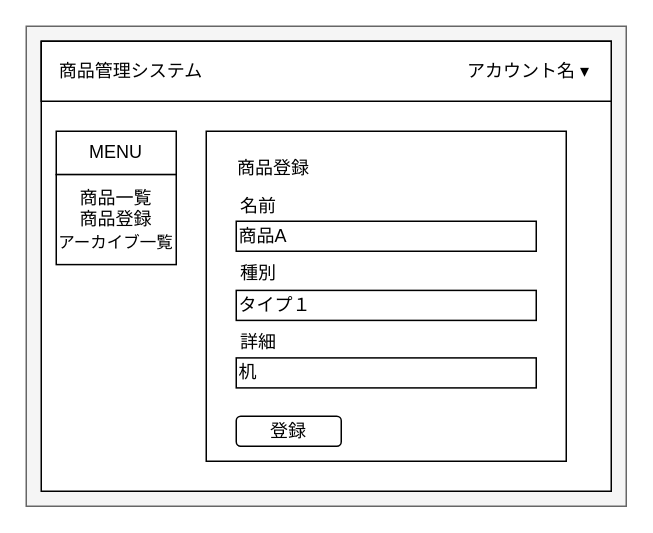
Before: page "edit" (12 of 13) of drawio/itemManagement2.drawio in nekkiChan/ItemManagement2, a draw.io diagram. Source tidied: cells renumbered, new cells numbered last; positions are measured from the earlier drawing's top-left corner, leaving out a move shared by most shapes. Both pictures are drawn from the tidied source at 150%, with x=0, y=0 at pixel (26, 26).
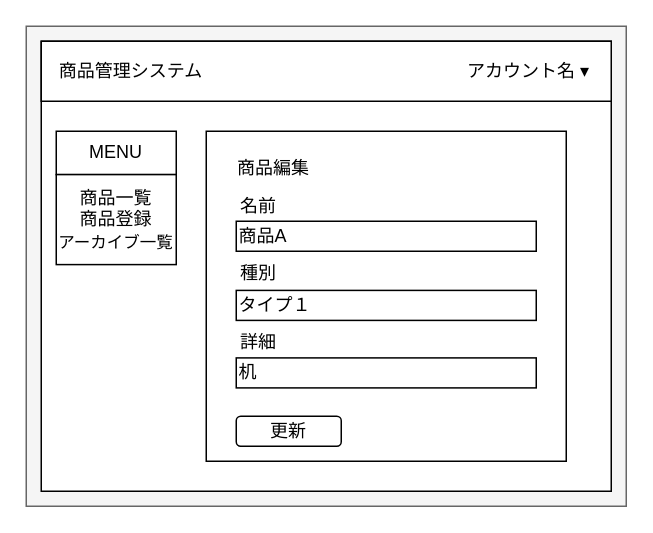
The same diagram, later.

Diff of the diagram source:
```diff
@@
-    <mxCell id="18" value="登録" style="rounded=1;whiteSpace=wrap;html=1;" parent="1" vertex="1">
+    <mxCell id="18" value="更新" style="rounded=1;whiteSpace=wrap;html=1;" parent="1" vertex="1">
       <mxGeometry x="140" y="260" width="70" height="20" as="geometry" />
     </mxCell>
@@
-    <mxCell id="21" value="商品登録" style="text;html=1;strokeColor=none;fillColor=none;align=center;verticalAlign=middle;whiteSpace=wrap;rounded=0;" parent="1" vertex="1">
+    <mxCell id="21" value="商品編集" style="text;html=1;strokeColor=none;fillColor=none;align=center;verticalAlign=middle;whiteSpace=wrap;rounded=0;" parent="1" vertex="1">
       <mxGeometry x="120" y="80" width="90" height="30" as="geometry" />
     </mxCell>
```
